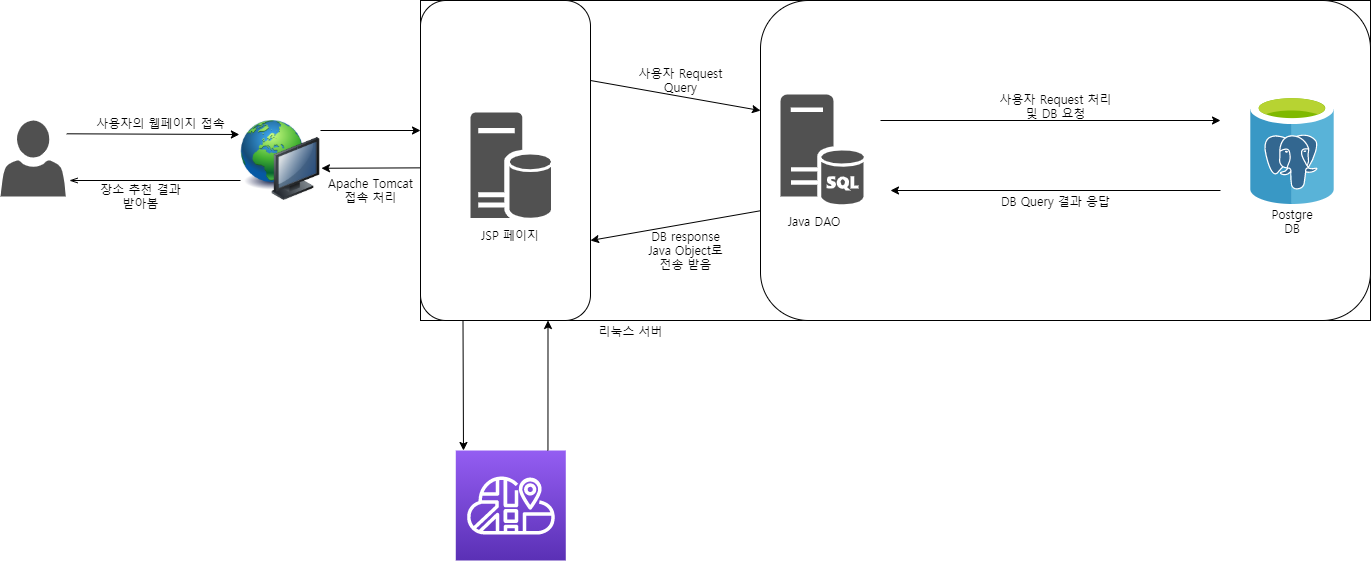
Before: document/다이어그램/system_arch.png, a diagram exported from draw.io (pengm2ng/AJOU_DATABASE_JMT). Source tidied: cells renumbered, new cells last; positions are measured from the earlier drawing's top-left corner, leaving out a move shared by most shapes.
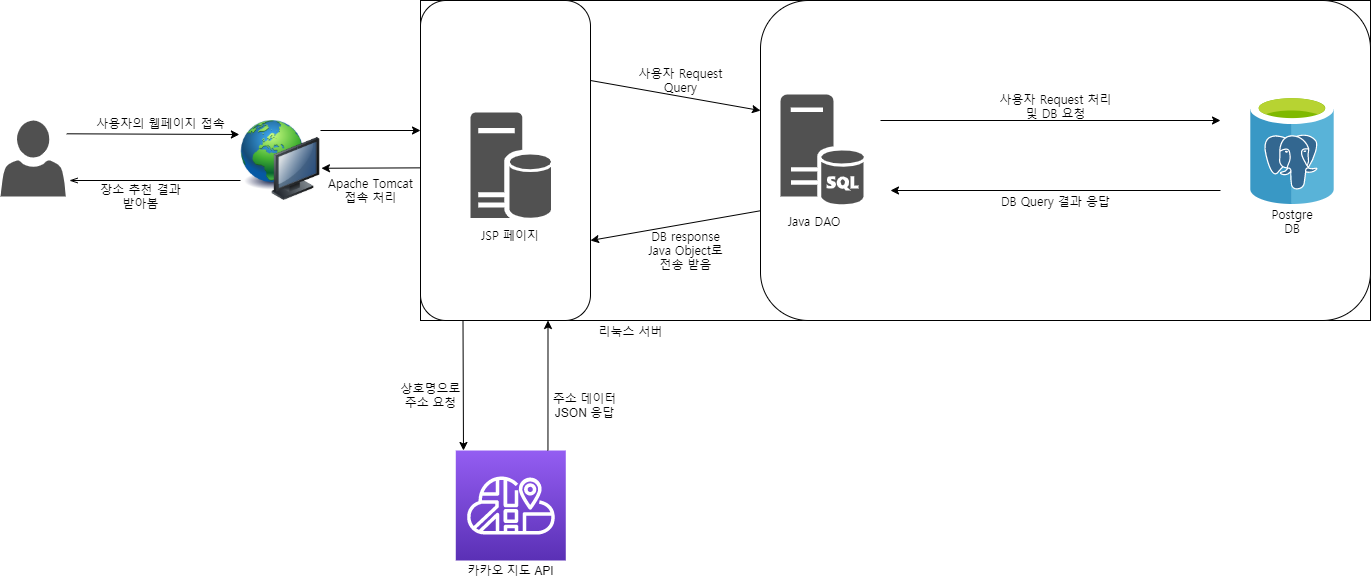
After the commit.

Commit message:
modify: sys arch diagram

Diff of the diagram source:
```diff
@@ -103,5 +103,14 @@
     <mxCell id="31" style="endArrow=classic;html=1;exitX=0.838;exitY=0;exitDx=0;exitDy=0;entryX=0.75;entryY=1;entryDx=0;entryDy=0;exitPerimeter=0;fontFamily=Noto Sans KR;fontSource=https%3A%2F%2Ffonts.googleapis.com%2Fcss%3Ffamily%3DNoto%2BSans%2BKR;fontStyle=0;" parent="1" edge="1" source="29" target="14">
       <mxGeometry relative="1" as="geometry" />
     </mxCell>
+    <mxCell id="32" value="카카오 지도 API" style="text;html=1;align=center;verticalAlign=middle;" parent="1" vertex="1">
+      <mxGeometry x="460.3" y="560" width="100" height="20" as="geometry" />
+    </mxCell>
+    <mxCell id="33" value="상호명으로&lt;br&gt;주소 요청" style="text;html=1;align=center;verticalAlign=middle;" parent="1" vertex="1">
+      <mxGeometry x="390" y="380" width="80" height="30" as="geometry" />
+    </mxCell>
+    <mxCell id="34" value="주소 데이터&lt;br&gt;JSON 응답" style="text;html=1;align=center;verticalAlign=middle;" parent="1" vertex="1">
+      <mxGeometry x="544.4" y="390" width="80" height="30" as="geometry" />
+    </mxCell>
   </root>
 </mxGraphModel>
```
